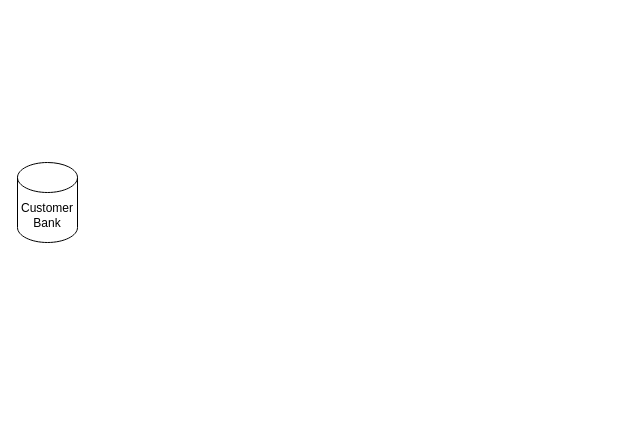
The draw.io diagram page "Level 2 DFD (Customer Bank)" (5 of 5) of DFD DIAGRAMS.drawio in BryanFabellore/Team_SPOTLIGHT, before the edit. Source tidied: cells renumbered, new cells numbered last; positions are measured from the earlier drawing's top-left corner, leaving out a move shared by most shapes. Both pictures are drawn from the tidied source at 100%, with x=0, y=0 at pixel (17, 162).
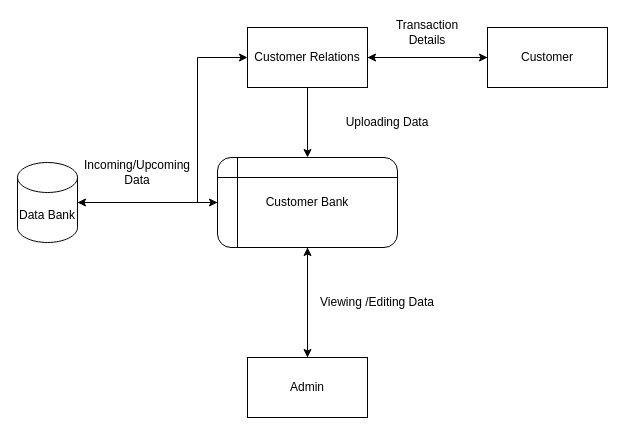
The same page after the edit.

What changed in the source:
```diff
@@
+    <mxCell id="3" style="edgeStyle=orthogonalEdgeStyle;rounded=0;jettySize=auto;html=1;" parent="1" edge="1" source="2" target="7">
+      <mxGeometry relative="1" as="geometry" />
+    </mxCell>
-    <mxCell id="2" value="Customer Bank" style="shape=cylinder3;whiteSpace=wrap;html=1;boundedLbl=1;backgroundOutline=1;size=15;" parent="1" vertex="1">
+    <mxCell id="2" value="Data Bank" style="shape=cylinder3;whiteSpace=wrap;html=1;boundedLbl=1;backgroundOutline=1;size=15;" parent="1" vertex="1">
       <mxGeometry width="60" height="80" as="geometry" />
     </mxCell>
+    <mxCell id="4" style="edgeStyle=orthogonalEdgeStyle;rounded=0;jettySize=auto;html=1;entryX=1;entryY=0.5;entryDx=0;entryDy=0;entryPerimeter=0;" parent="1" edge="1" source="7" target="2">
+      <mxGeometry relative="1" as="geometry" />
+    </mxCell>
+    <mxCell id="5" style="edgeStyle=orthogonalEdgeStyle;rounded=0;jettySize=auto;html=1;" parent="1" edge="1" source="7" target="15">
+      <mxGeometry relative="1" as="geometry" />
+    </mxCell>
+    <mxCell id="6" style="edgeStyle=orthogonalEdgeStyle;rounded=0;jettySize=auto;html=1;entryX=0;entryY=0.5;entryDx=0;entryDy=0;" parent="1" edge="1" source="7" target="10">
+      <mxGeometry relative="1" as="geometry">
+        <Array as="points">
+          <mxPoint x="180" y="40" />
+          <mxPoint x="180" y="-105" />
+        </Array>
+      </mxGeometry>
+    </mxCell>
+    <mxCell id="7" value="Customer Bank" style="shape=internalStorage;whiteSpace=wrap;html=1;backgroundOutline=1;rounded=1;strokeColor=default;fontFamily=Helvetica;fontSize=12;fontColor=default;fillColor=#FFFFFF;" parent="1" vertex="1">
+      <mxGeometry x="200" y="-5" width="180" height="90" as="geometry" />
+    </mxCell>
+    <mxCell id="8" style="edgeStyle=orthogonalEdgeStyle;rounded=0;jettySize=auto;html=1;" parent="1" edge="1" source="10" target="12">
+      <mxGeometry relative="1" as="geometry" />
+    </mxCell>
+    <mxCell id="9" style="edgeStyle=orthogonalEdgeStyle;rounded=0;jettySize=auto;html=1;entryX=0.5;entryY=0;entryDx=0;entryDy=0;" parent="1" edge="1" source="10" target="7">
+      <mxGeometry relative="1" as="geometry" />
+    </mxCell>
+    <mxCell id="10" value="Customer Relations" style="rounded=0;whiteSpace=wrap;html=1;strokeColor=default;fontFamily=Helvetica;fontSize=12;fontColor=default;fillColor=#FFFFFF;" parent="1" vertex="1">
+      <mxGeometry x="230" y="-135" width="120" height="60" as="geometry" />
+    </mxCell>
+    <mxCell id="11" style="edgeStyle=orthogonalEdgeStyle;rounded=0;jettySize=auto;html=1;entryX=1;entryY=0.5;entryDx=0;entryDy=0;" parent="1" edge="1" source="12" target="10">
+      <mxGeometry relative="1" as="geometry" />
+    </mxCell>
+    <mxCell id="12" value="Customer" style="rounded=0;whiteSpace=wrap;html=1;strokeColor=default;fontFamily=Helvetica;fontSize=12;fontColor=default;fillColor=#FFFFFF;" parent="1" vertex="1">
+      <mxGeometry x="470" y="-135" width="120" height="60" as="geometry" />
+    </mxCell>
+    <mxCell id="13" value="Transaction Details" style="text;html=1;strokeColor=none;fillColor=none;align=center;verticalAlign=middle;whiteSpace=wrap;rounded=0;" parent="1" vertex="1">
+      <mxGeometry x="380" y="-145" width="60" height="30" as="geometry" />
+    </mxCell>
+    <mxCell id="14" style="edgeStyle=orthogonalEdgeStyle;rounded=0;jettySize=auto;html=1;" parent="1" edge="1" source="15" target="7">
+      <mxGeometry relative="1" as="geometry" />
+    </mxCell>
+    <mxCell id="15" value="Admin" style="rounded=0;whiteSpace=wrap;html=1;strokeColor=default;fontFamily=Helvetica;fontSize=12;fontColor=default;fillColor=#FFFFFF;" parent="1" vertex="1">
+      <mxGeometry x="230" y="195" width="120" height="60" as="geometry" />
+    </mxCell>
+    <mxCell id="16" value="Incoming/Upcoming Data" style="text;html=1;strokeColor=none;fillColor=none;align=center;verticalAlign=middle;whiteSpace=wrap;rounded=0;" parent="1" vertex="1">
+      <mxGeometry x="90" y="-5" width="60" height="30" as="geometry" />
+    </mxCell>
+    <mxCell id="17" value="Viewing /Editing Data" style="text;html=1;strokeColor=none;fillColor=none;align=center;verticalAlign=middle;whiteSpace=wrap;rounded=0;" parent="1" vertex="1">
+      <mxGeometry x="300" y="125" width="120" height="30" as="geometry" />
+    </mxCell>
+    <mxCell id="18" value="Uploading Data" style="text;html=1;strokeColor=none;fillColor=none;align=center;verticalAlign=middle;whiteSpace=wrap;rounded=0;" parent="1" vertex="1">
+      <mxGeometry x="310" y="-55" width="120" height="30" as="geometry" />
+    </mxCell>
```
